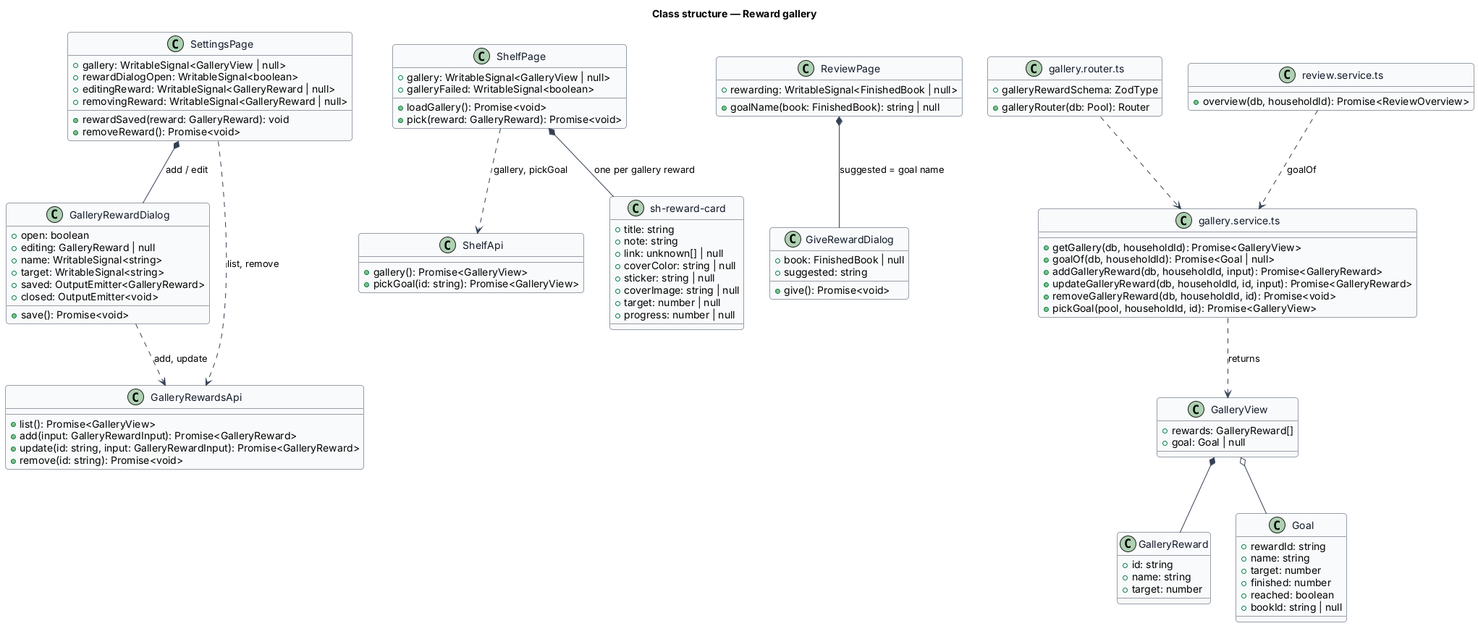
QuinntyneBrown/shelfie keeps this PlantUML diagram as docs/detailed-designs/review/reward-gallery/diagrams/class-structure.png. Above is the earlier version.
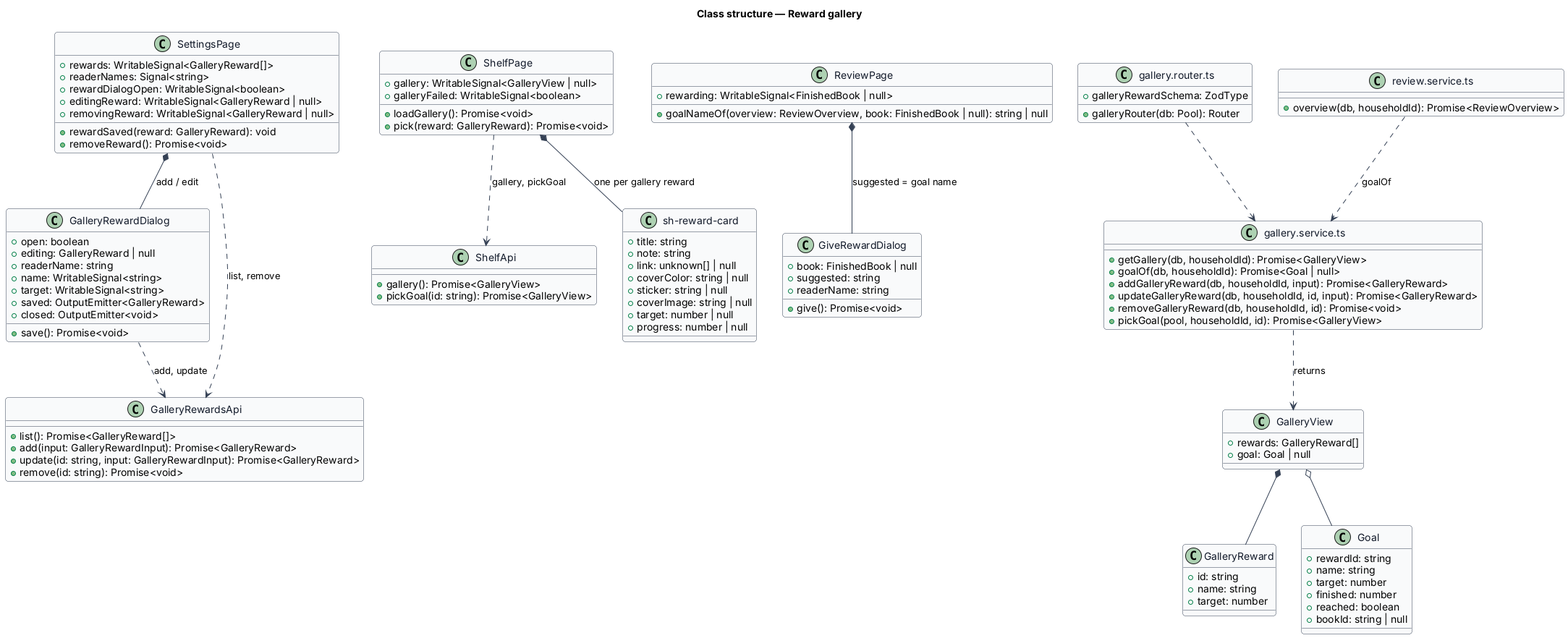
Above is the later version.

Commit message:
Mark the reward gallery built: estimates, user journeys, feature list, changelog and design aligned with the code

Diff of the diagram source:
```diff
@@ -12,7 +12,8 @@
 title Class structure — Reward gallery
 
 class SettingsPage {
-  +gallery: WritableSignal<GalleryView | null>
+  +rewards: WritableSignal<GalleryReward[]>
+  +readerNames: Signal<string>
   +rewardDialogOpen: WritableSignal<boolean>
   +editingReward: WritableSignal<GalleryReward | null>
   +removingReward: WritableSignal<GalleryReward | null>
@@ -23,6 +24,7 @@
 class GalleryRewardDialog {
   +open: boolean
   +editing: GalleryReward | null
+  +readerName: string
   +name: WritableSignal<string>
   +target: WritableSignal<string>
   +saved: OutputEmitter<GalleryReward>
@@ -31,7 +33,7 @@
 }
 
 class GalleryRewardsApi {
-  +list(): Promise<GalleryView>
+  +list(): Promise<GalleryReward[]>
   +add(input: GalleryRewardInput): Promise<GalleryReward>
   +update(id: string, input: GalleryRewardInput): Promise<GalleryReward>
   +remove(id: string): Promise<void>
@@ -51,12 +53,13 @@
 
 class ReviewPage {
   +rewarding: WritableSignal<FinishedBook | null>
-  +goalName(book: FinishedBook): string | null
+  +goalNameOf(overview: ReviewOverview, book: FinishedBook | null): string | null
 }
 
 class GiveRewardDialog {
   +book: FinishedBook | null
   +suggested: string
+  +readerName: string
   +give(): Promise<void>
 }
 
```
